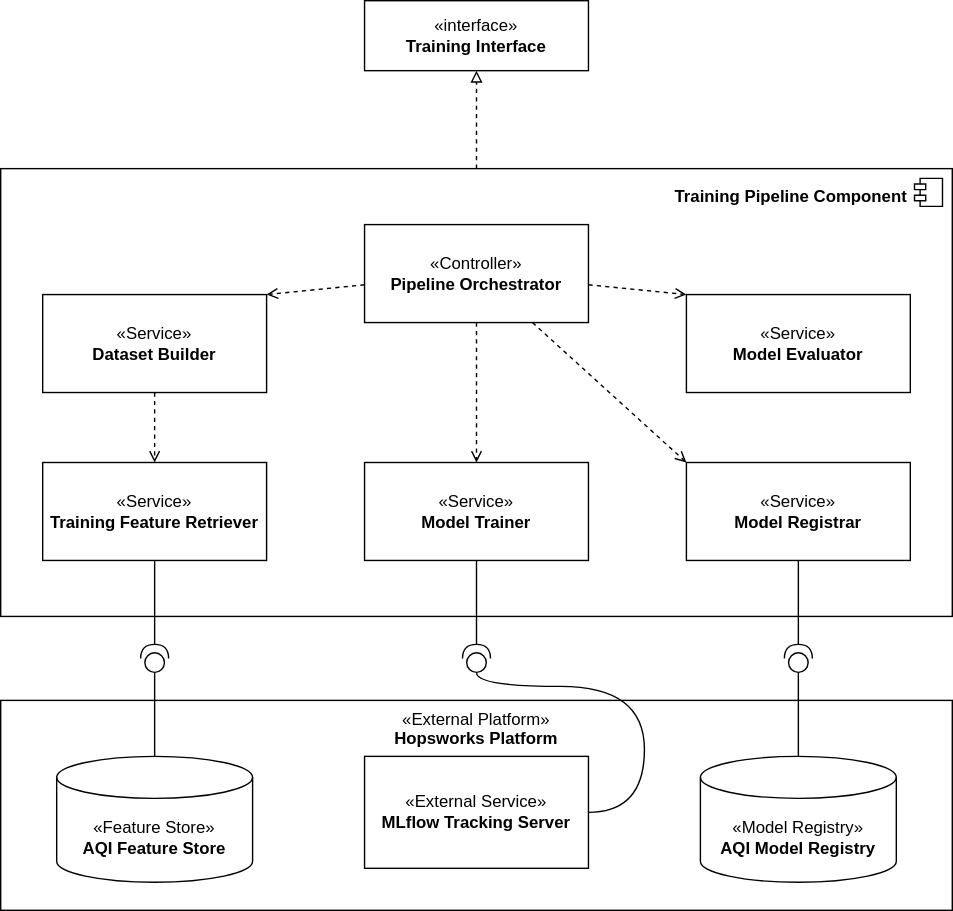
Before: docs/03_architecture/figures/training_pipeline_component_diagram.svg, a diagram exported from draw.io (Deadman621/pearls-aqi-predictor). Source tidied: cells renumbered, new cells last; positions are measured from the earlier drawing's top-left corner, leaving out a move shared by most shapes.
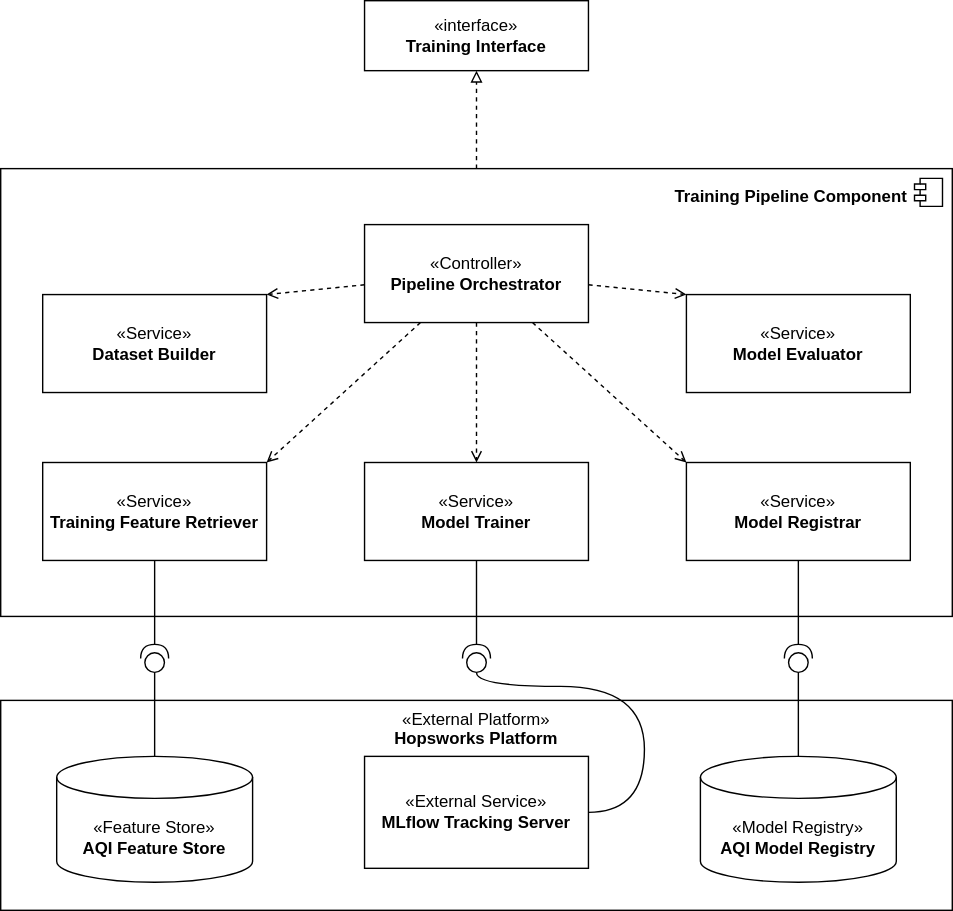
The same file after the commit.

Commit message:
refactor(architecture): seperate training, fine tuning pipeline & add CLI layer

What changed in the source:
```diff
@@ -28,7 +28,7 @@
     <mxCell id="9" value="«Service»&lt;br&gt;&lt;b&gt;Training Feature Retriever&lt;/b&gt;" style="html=1;whiteSpace=wrap;" parent="1" vertex="1">
       <mxGeometry x="30" y="330" width="160" height="70" as="geometry" />
     </mxCell>
-    <mxCell id="10" style="edgeStyle=none;html=1;entryX=0.5;entryY=0;entryDx=0;entryDy=0;dashed=1;endArrow=open;endFill=0;" parent="1" edge="1" source="11" target="9">
+    <mxCell id="10" style="edgeStyle=none;html=1;entryX=1;entryY=0;entryDx=0;entryDy=0;dashed=1;endArrow=open;endFill=0;exitX=0.25;exitY=1;exitDx=0;exitDy=0;" parent="1" edge="1" source="7" target="9">
       <mxGeometry relative="1" as="geometry" />
     </mxCell>
     <mxCell id="11" value="«Service»&lt;br&gt;&lt;b&gt;Dataset Builder&lt;/b&gt;" style="html=1;whiteSpace=wrap;" parent="1" vertex="1">
```
